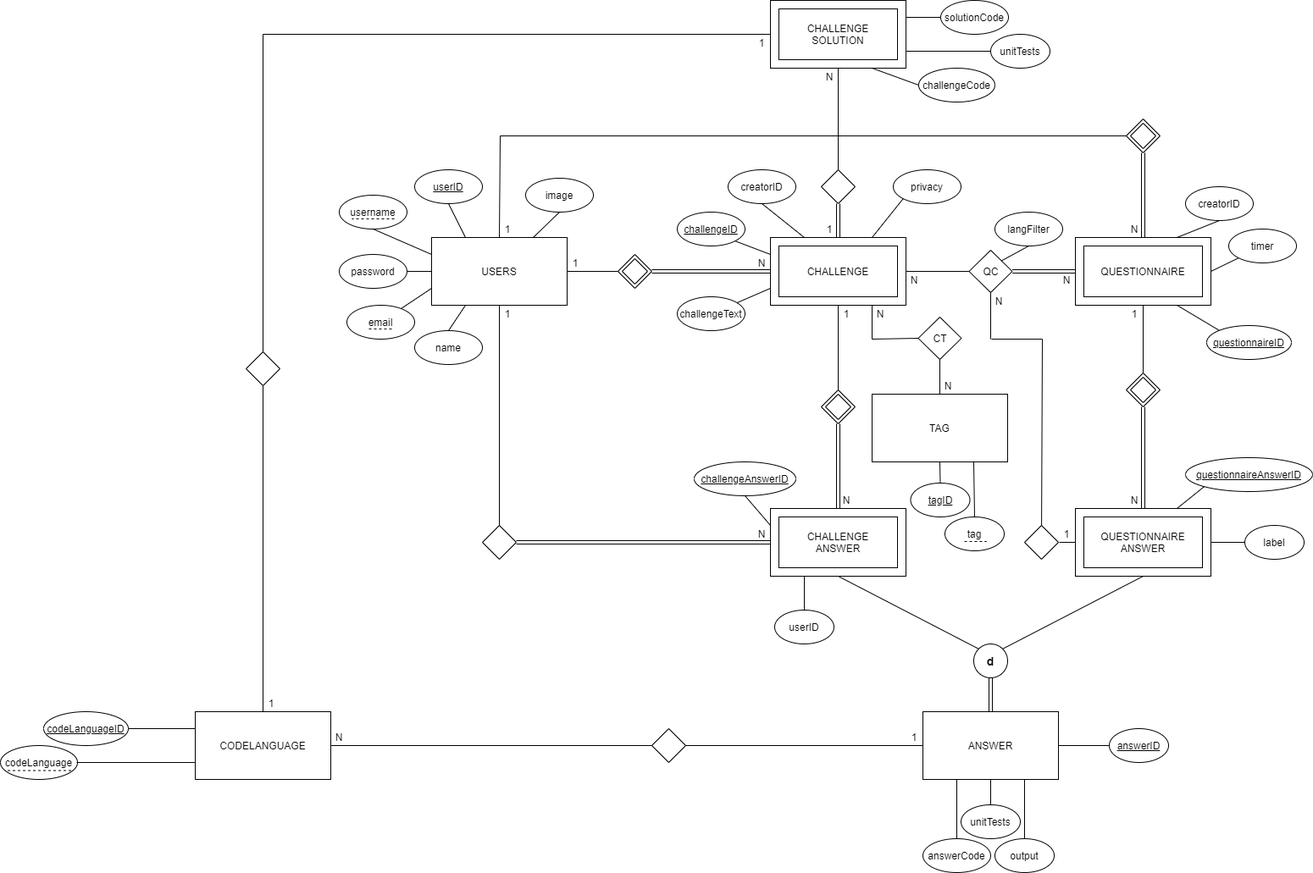
This is Code/Postgres/Diagram.png from joaoesantos/ise_learning, a draw.io export, as it was before one commit. Source tidied: cells renumbered, new cells last; positions are measured from the earlier drawing's top-left corner, leaving out a move shared by most shapes.
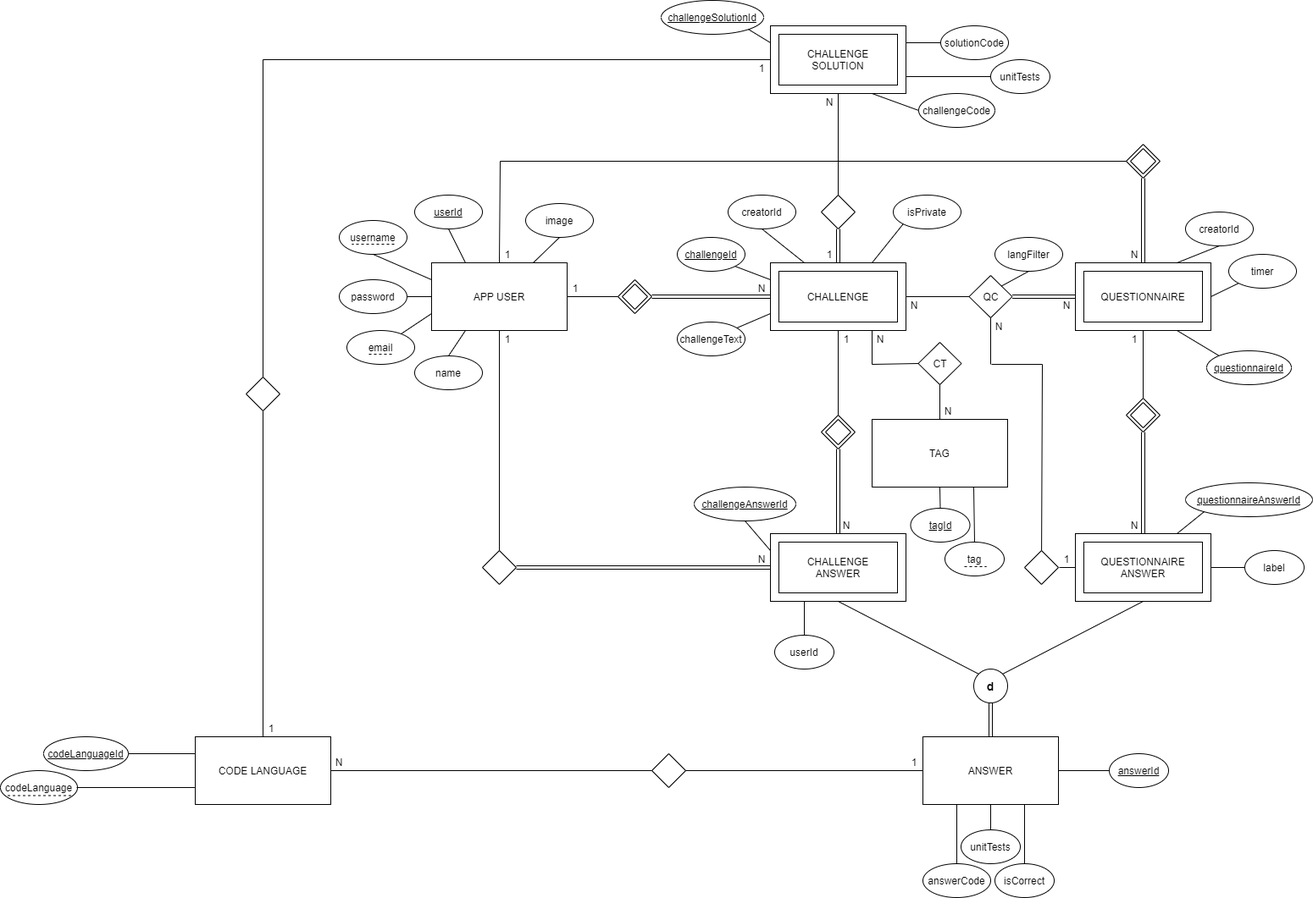
After the change.

Change to the diagram source:
```diff
@@ -44,13 +44,13 @@
     <mxCell id="15" value="1" style="text;html=1;strokeColor=none;fillColor=none;align=center;verticalAlign=middle;whiteSpace=wrap;rounded=0;" parent="1" vertex="1">
       <mxGeometry x="969" y="260" width="20" height="20" as="geometry" />
     </mxCell>
-    <mxCell id="16" value="creatorID" style="ellipse;whiteSpace=wrap;html=1;" parent="1" vertex="1">
+    <mxCell id="16" value="creatorId" style="ellipse;whiteSpace=wrap;html=1;" parent="1" vertex="1">
       <mxGeometry x="859" y="200" width="80" height="40" as="geometry" />
     </mxCell>
     <mxCell id="17" style="endArrow=none;html=1;entryX=0.5;entryY=1;entryDx=0;entryDy=0;exitX=0.25;exitY=0;exitDx=0;exitDy=0;" parent="1" edge="1" source="3" target="16">
       <mxGeometry relative="1" as="geometry" />
     </mxCell>
-    <mxCell id="18" value="&lt;u&gt;challengeID&lt;/u&gt;" style="ellipse;whiteSpace=wrap;html=1;" parent="1" vertex="1">
+    <mxCell id="18" value="&lt;u&gt;challengeId&lt;/u&gt;" style="ellipse;whiteSpace=wrap;html=1;" parent="1" vertex="1">
       <mxGeometry x="799" y="250" width="80" height="40" as="geometry" />
     </mxCell>
     <mxCell id="19" style="endArrow=none;html=1;exitX=1;exitY=1;exitDx=0;exitDy=0;entryX=0;entryY=0.25;entryDx=0;entryDy=0;" parent="1" edge="1" source="18" target="3">
@@ -59,7 +59,7 @@
     <mxCell id="20" value="challengeText" style="ellipse;whiteSpace=wrap;html=1;" parent="1" vertex="1">
       <mxGeometry x="799" y="350" width="80" height="40" as="geometry" />
     </mxCell>
-    <mxCell id="21" value="privacy" style="ellipse;whiteSpace=wrap;html=1;" parent="1" vertex="1">
+    <mxCell id="21" value="isPrivate" style="ellipse;whiteSpace=wrap;html=1;" parent="1" vertex="1">
       <mxGeometry x="1054" y="200" width="80" height="40" as="geometry" />
     </mxCell>
     <mxCell id="22" style="endArrow=none;html=1;entryX=0;entryY=1;entryDx=0;entryDy=0;exitX=0.75;exitY=0;exitDx=0;exitDy=0;" parent="1" edge="1" source="3" target="21">
@@ -107,7 +107,7 @@
     <mxCell id="36" style="endArrow=none;html=1;exitX=0.5;exitY=1;exitDx=0;exitDy=0;entryX=0.5;entryY=0;entryDx=0;entryDy=0;" parent="1" edge="1" source="108" target="35">
       <mxGeometry relative="1" as="geometry" />
     </mxCell>
-    <mxCell id="37" value="creatorID" style="ellipse;whiteSpace=wrap;html=1;" parent="1" vertex="1">
+    <mxCell id="37" value="creatorId" style="ellipse;whiteSpace=wrap;html=1;" parent="1" vertex="1">
       <mxGeometry x="1399" y="220" width="80" height="40" as="geometry" />
     </mxCell>
     <mxCell id="38" style="endArrow=none;html=1;entryX=0.5;entryY=1;entryDx=0;entryDy=0;exitX=0.75;exitY=0;exitDx=0;exitDy=0;" parent="1" edge="1" source="6" target="37">
@@ -131,25 +131,25 @@
     <mxCell id="44" value="N" style="text;html=1;strokeColor=none;fillColor=none;align=center;verticalAlign=middle;whiteSpace=wrap;rounded=0;" parent="1" vertex="1">
       <mxGeometry x="1329" y="580" width="20" height="20" as="geometry" />
     </mxCell>
-    <mxCell id="45" value="&lt;u&gt;challengeAnswerID&lt;/u&gt;" style="ellipse;whiteSpace=wrap;html=1;" parent="1" vertex="1">
+    <mxCell id="45" value="&lt;u&gt;challengeAnswerId&lt;/u&gt;" style="ellipse;whiteSpace=wrap;html=1;" parent="1" vertex="1">
       <mxGeometry x="819" y="545" width="120" height="40" as="geometry" />
     </mxCell>
     <mxCell id="46" style="endArrow=none;html=1;entryX=0.5;entryY=1;entryDx=0;entryDy=0;exitX=0;exitY=0.25;exitDx=0;exitDy=0;" parent="1" edge="1" source="11" target="45">
       <mxGeometry relative="1" as="geometry" />
     </mxCell>
-    <mxCell id="47" value="userID" style="ellipse;whiteSpace=wrap;html=1;" parent="1" vertex="1">
+    <mxCell id="47" value="userId" style="ellipse;whiteSpace=wrap;html=1;" parent="1" vertex="1">
       <mxGeometry x="914" y="720" width="70" height="40" as="geometry" />
     </mxCell>
     <mxCell id="48" style="endArrow=none;html=1;entryX=0.5;entryY=0;entryDx=0;entryDy=0;exitX=0.25;exitY=1;exitDx=0;exitDy=0;" parent="1" edge="1" source="11" target="47">
       <mxGeometry relative="1" as="geometry" />
     </mxCell>
-    <mxCell id="49" value="&lt;u&gt;questionnaireAnswerID&lt;/u&gt;" style="ellipse;whiteSpace=wrap;html=1;" parent="1" vertex="1">
+    <mxCell id="49" value="&lt;u&gt;questionnaireAnswerId&lt;/u&gt;" style="ellipse;whiteSpace=wrap;html=1;" parent="1" vertex="1">
       <mxGeometry x="1399" y="540" width="150" height="40" as="geometry" />
     </mxCell>
     <mxCell id="50" style="endArrow=none;html=1;entryX=0.75;entryY=0;entryDx=0;entryDy=0;exitX=0;exitY=1;exitDx=0;exitDy=0;" parent="1" edge="1" source="49" target="40">
       <mxGeometry relative="1" as="geometry" />
     </mxCell>
-    <mxCell id="51" value="&lt;u&gt;questionnaireID&lt;/u&gt;" style="ellipse;whiteSpace=wrap;html=1;" parent="1" vertex="1">
+    <mxCell id="51" value="&lt;u&gt;questionnaireId&lt;/u&gt;" style="ellipse;whiteSpace=wrap;html=1;" parent="1" vertex="1">
       <mxGeometry x="1424" y="384" width="100" height="40" as="geometry" />
     </mxCell>
     <mxCell id="52" style="rhombus;whiteSpace=wrap;html=1;" parent="1" vertex="1">
@@ -170,13 +170,13 @@
     <mxCell id="57" style="rhombus;whiteSpace=wrap;html=1;" parent="1" vertex="1">
       <mxGeometry x="729" y="300" width="40" height="40" as="geometry" />
     </mxCell>
-    <mxCell id="58" value="USERS" style="rounded=0;whiteSpace=wrap;html=1;" parent="1" vertex="1">
+    <mxCell id="58" value="APP USER" style="rounded=0;whiteSpace=wrap;html=1;" parent="1" vertex="1">
       <mxGeometry x="509" y="280" width="160" height="80" as="geometry" />
     </mxCell>
     <mxCell id="59" style="endArrow=none;html=1;entryX=0;entryY=0.5;entryDx=0;entryDy=0;exitX=1;exitY=0.5;exitDx=0;exitDy=0;" parent="1" edge="1" source="58" target="57">
       <mxGeometry relative="1" as="geometry" />
     </mxCell>
-    <mxCell id="60" value="&lt;u&gt;userID&lt;/u&gt;" style="ellipse;whiteSpace=wrap;html=1;" parent="1" vertex="1">
+    <mxCell id="60" value="&lt;u&gt;userId&lt;/u&gt;" style="ellipse;whiteSpace=wrap;html=1;" parent="1" vertex="1">
       <mxGeometry x="489" y="200" width="80" height="40" as="geometry" />
     </mxCell>
     <mxCell id="61" style="endArrow=none;html=1;entryX=0.5;entryY=1;entryDx=0;entryDy=0;exitX=0.25;exitY=0;exitDx=0;exitDy=0;" parent="1" edge="1" source="58" target="60">
@@ -213,7 +213,7 @@
     <mxCell id="70" value="N" style="text;html=1;strokeColor=none;fillColor=none;align=center;verticalAlign=middle;whiteSpace=wrap;rounded=0;" parent="1" vertex="1">
       <mxGeometry x="1109" y="445" width="20" height="20" as="geometry" />
     </mxCell>
-    <mxCell id="71" value="&lt;u&gt;tagID&lt;/u&gt;" style="ellipse;whiteSpace=wrap;html=1;" parent="1" vertex="1">
+    <mxCell id="71" value="&lt;u&gt;tagId&lt;/u&gt;" style="ellipse;whiteSpace=wrap;html=1;" parent="1" vertex="1">
       <mxGeometry x="1074.5" y="570" width="70" height="40" as="geometry" />
     </mxCell>
     <mxCell id="72" value="tag" style="ellipse;whiteSpace=wrap;html=1;" parent="1" vertex="1">
@@ -331,7 +331,7 @@
     <mxCell id="105" value="name" style="ellipse;whiteSpace=wrap;html=1;" parent="1" vertex="1">
       <mxGeometry x="489" y="390" width="80" height="40" as="geometry" />
     </mxCell>
-    <mxCell id="106" value="output" style="ellipse;whiteSpace=wrap;html=1;" parent="1" vertex="1">
+    <mxCell id="106" value="isCorrect" style="ellipse;whiteSpace=wrap;html=1;" parent="1" vertex="1">
       <mxGeometry x="1174" y="990" width="70" height="40" as="geometry" />
     </mxCell>
     <mxCell id="107" style="endArrow=none;html=1;entryX=0.75;entryY=1;entryDx=0;entryDy=0;exitX=0.5;exitY=0;exitDx=0;exitDy=0;" parent="1" edge="1" source="106" target="108">
@@ -355,7 +355,7 @@
     <mxCell id="113" style="shape=link;html=1;entryX=0.5;entryY=1;entryDx=0;entryDy=0;exitX=0.5;exitY=0;exitDx=0;exitDy=0;" parent="1" edge="1" source="108" target="109">
       <mxGeometry relative="1" as="geometry" />
     </mxCell>
-    <mxCell id="114" value="&lt;u&gt;answerID&lt;/u&gt;" style="ellipse;whiteSpace=wrap;html=1;" parent="1" vertex="1">
+    <mxCell id="114" value="&lt;u&gt;answerId&lt;/u&gt;" style="ellipse;whiteSpace=wrap;html=1;" parent="1" vertex="1">
       <mxGeometry x="1309" y="860" width="70" height="40" as="geometry" />
     </mxCell>
     <mxCell id="115" style="endArrow=none;html=1;entryX=1;entryY=0.5;entryDx=0;entryDy=0;exitX=0;exitY=0.5;exitDx=0;exitDy=0;" parent="1" edge="1" source="114" target="108">
@@ -394,7 +394,7 @@
     <mxCell id="123" value="N" style="text;html=1;strokeColor=none;fillColor=none;align=center;verticalAlign=middle;whiteSpace=wrap;rounded=0;" parent="1" vertex="1">
       <mxGeometry x="1169" y="345" width="20" height="20" as="geometry" />
     </mxCell>
-    <mxCell id="124" value="CODELANGUAGE" style="rounded=0;whiteSpace=wrap;html=1;" parent="1" vertex="1">
+    <mxCell id="124" value="CODE LANGUAGE" style="rounded=0;whiteSpace=wrap;html=1;" parent="1" vertex="1">
       <mxGeometry x="230" y="840" width="160" height="80" as="geometry" />
     </mxCell>
     <mxCell id="125" value="codeLanguage" style="ellipse;whiteSpace=wrap;html=1;" parent="1" vertex="1">
@@ -403,7 +403,7 @@
     <mxCell id="126" style="endArrow=none;html=1;exitX=0;exitY=0.75;exitDx=0;exitDy=0;entryX=0.989;entryY=0.5;entryDx=0;entryDy=0;entryPerimeter=0;" parent="1" edge="1" source="124" target="125">
       <mxGeometry relative="1" as="geometry" />
     </mxCell>
-    <mxCell id="127" value="&lt;u&gt;codeLanguageID&lt;/u&gt;" style="ellipse;whiteSpace=wrap;html=1;" parent="1" vertex="1">
+    <mxCell id="127" value="&lt;u&gt;codeLanguageId&lt;/u&gt;" style="ellipse;whiteSpace=wrap;html=1;" parent="1" vertex="1">
       <mxGeometry x="51" y="840" width="100" height="40" as="geometry" />
     </mxCell>
     <mxCell id="128" style="endArrow=none;html=1;exitX=0;exitY=0.25;exitDx=0;exitDy=0;entryX=1;entryY=0.5;entryDx=0;entryDy=0;" parent="1" edge="1" source="124" target="127">
@@ -467,5 +467,11 @@
     <mxCell id="145" style="endArrow=none;html=1;entryX=0.5;entryY=1;entryDx=0;entryDy=0;exitX=1;exitY=0;exitDx=0;exitDy=0;" parent="1" edge="1" source="7" target="144">
       <mxGeometry relative="1" as="geometry" />
     </mxCell>
+    <mxCell id="146" value="&lt;u&gt;challengeSolutionId&lt;/u&gt;" style="ellipse;whiteSpace=wrap;html=1;" parent="1" vertex="1">
+      <mxGeometry x="780" y="-30" width="121" height="40" as="geometry" />
+    </mxCell>
+    <mxCell id="147" style="endArrow=none;html=1;entryX=1;entryY=1;entryDx=0;entryDy=0;exitX=0;exitY=0.25;exitDx=0;exitDy=0;" parent="1" edge="1" source="2" target="146">
+      <mxGeometry relative="1" as="geometry" />
+    </mxCell>
   </root>
 </mxGraphModel>
```
